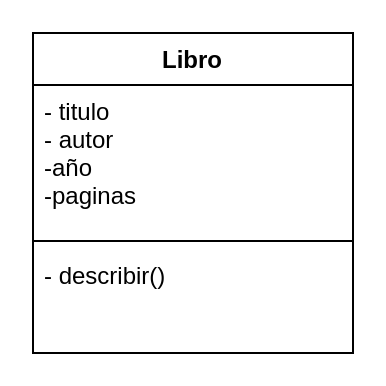
The draw.io diagram ejer1.drawio in anagarciasaiz/examen_24marzo, before the edit. Source tidied: cells renumbered, new cells numbered last; positions are measured from the earlier drawing's top-left corner, leaving out a move shared by most shapes. Both pictures are drawn from the tidied source at 200%, with x=0, y=0 at pixel (32, 32).
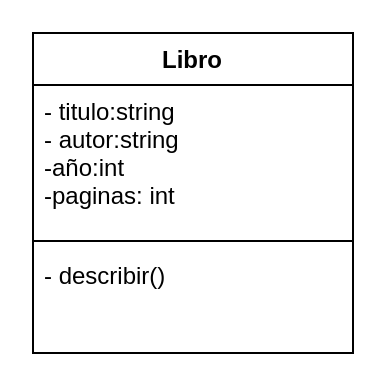
After the change.

The edit, as a diff of the source:
```diff
@@
 <mxGraphModel>
   <root>
     <mxCell id="0" />
     <mxCell id="1" parent="0" />
     <mxCell id="2" value="Libro" style="swimlane;fontStyle=1;align=center;verticalAlign=top;horizontal=1;startSize=26;" parent="1" vertex="1">
       <mxGeometry width="160" height="160" as="geometry" />
     </mxCell>
-    <mxCell id="3" value="- titulo&#10;- autor&#10;-año&#10;-paginas" style="text;strokeColor=none;fillColor=none;align=left;verticalAlign=top;spacingLeft=4;spacingRight=4;overflow=hidden;" parent="2" vertex="1">
+    <mxCell id="3" value="- titulo:string&#10;- autor:string&#10;-año:int&#10;-paginas: int" style="text;strokeColor=none;fillColor=none;align=left;verticalAlign=top;spacingLeft=4;spacingRight=4;overflow=hidden;" parent="2" vertex="1">
       <mxGeometry y="26" width="160" height="74" as="geometry" />
     </mxCell>
     <mxCell id="4" style="line;strokeWidth=1;fillColor=none;align=left;verticalAlign=middle;spacingTop=-1;spacingLeft=3;spacingRight=3;labelPosition=right;strokeColor=inherit;" parent="2" vertex="1">
       <mxGeometry y="100" width="160" height="8" as="geometry" />
     </mxCell>
     <mxCell id="5" value="- describir()" style="text;strokeColor=none;fillColor=none;align=left;verticalAlign=top;spacingLeft=4;spacingRight=4;overflow=hidden;" parent="2" vertex="1">
       <mxGeometry y="108" width="160" height="52" as="geometry" />
     </mxCell>
   </root>
 </mxGraphModel>
```
